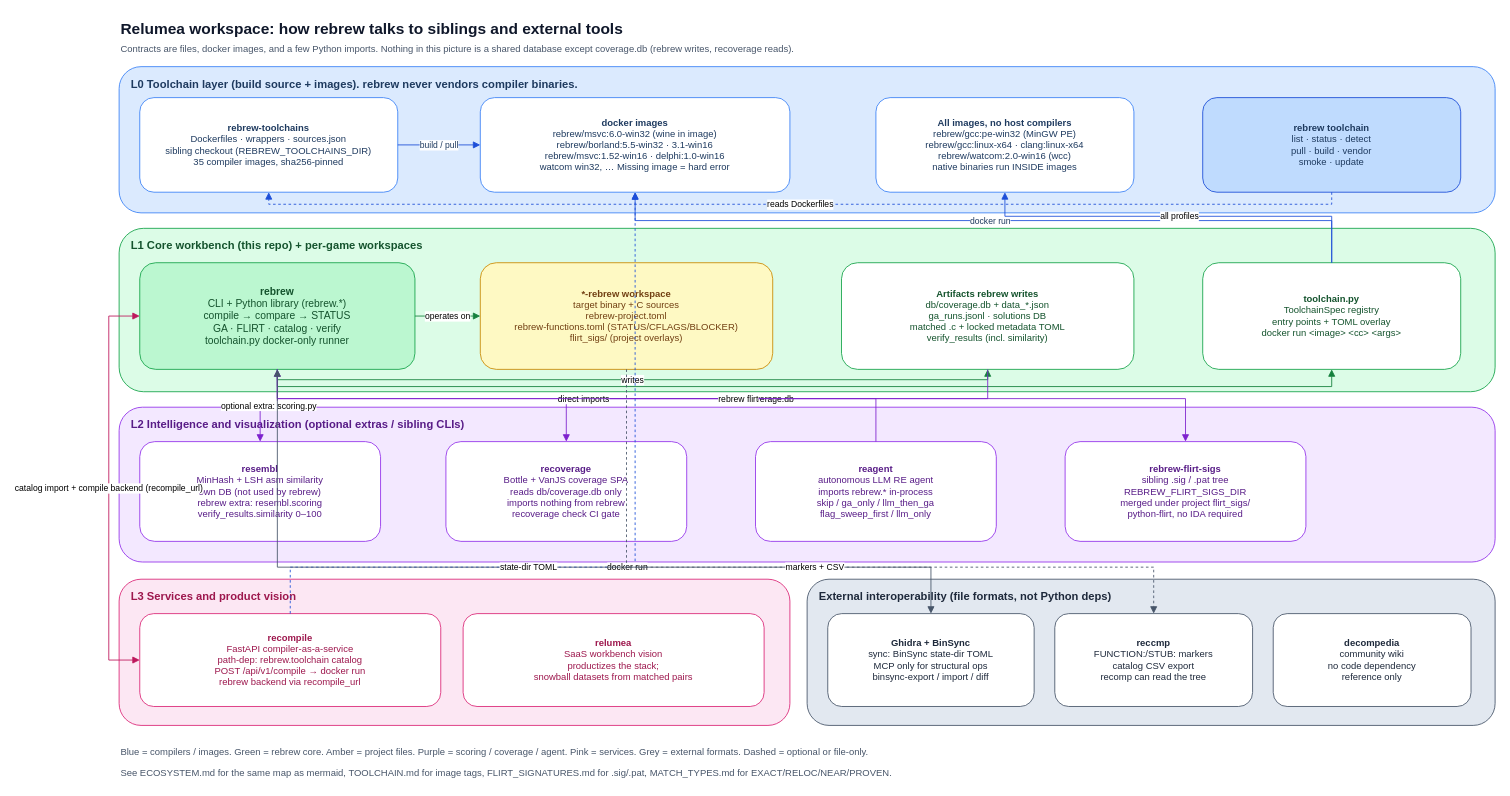
Before: page "1. Ecosystem" (1 of 9) of docs/architecture.drawio in maci0/rebrew, a draw.io diagram. Source tidied: cells renumbered, new cells numbered last; positions are measured from the earlier drawing's top-left corner, leaving out a move shared by most shapes. Both pictures are drawn from the tidied source at 86%, with x=0, y=0 at pixel (108, 15).
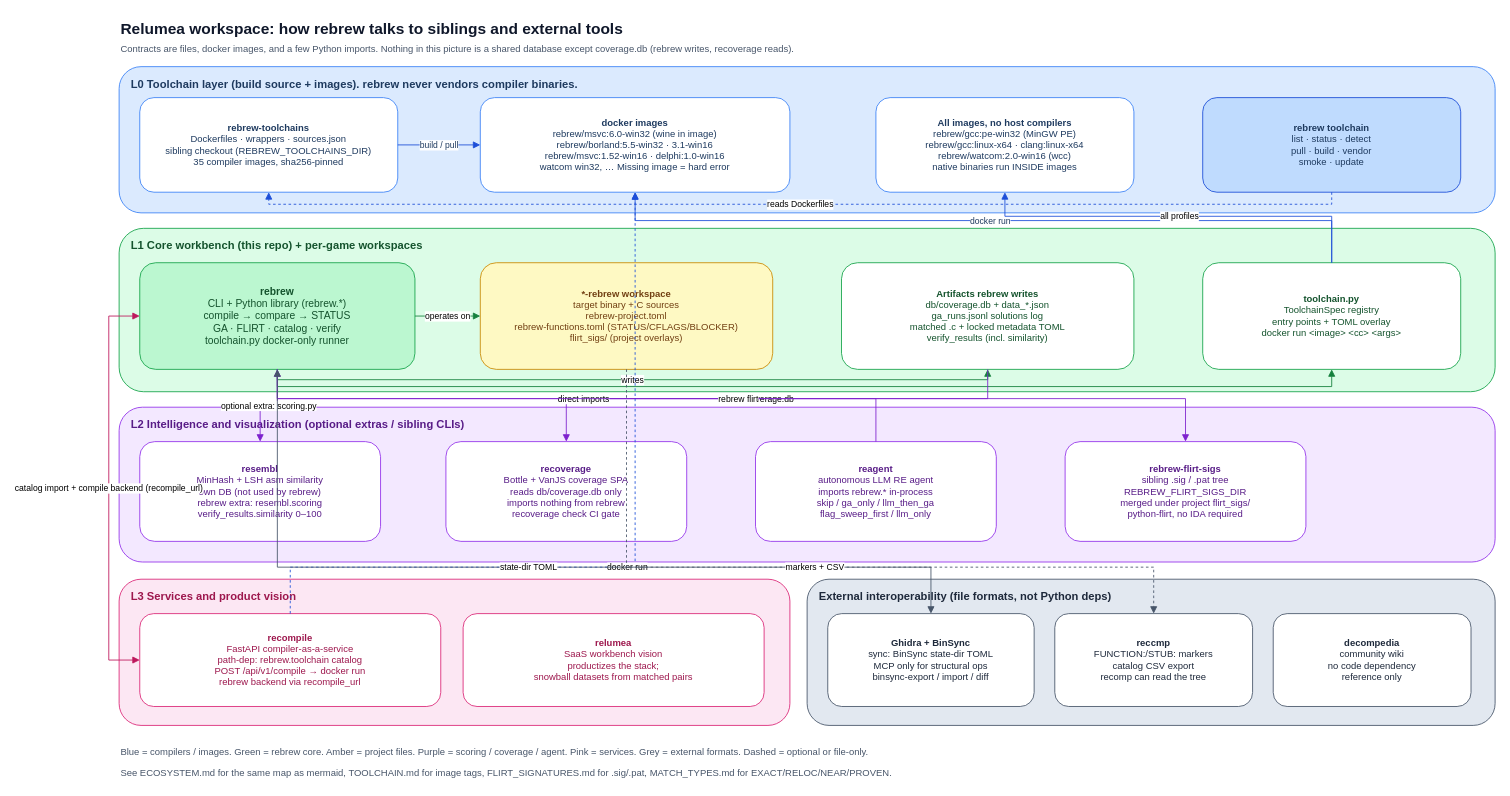
The same page after the edit.

What changed in the source:
```diff
@@
-    <mxCell id="14" value="&lt;b&gt;Artifacts rebrew writes&lt;/b&gt;&lt;br&gt;db/coverage.db + data_*.json&lt;br&gt;ga_runs.jsonl · solutions DB&lt;br&gt;matched .c + locked metadata TOML&lt;br&gt;verify_results (incl. similarity)" style="rounded=1;whiteSpace=wrap;html=1;fillColor=#ffffff;strokeColor=#16a34a;fontColor=#14532d;align=center;fontSize=11;" parent="1" vertex="1">
+    <mxCell id="14" value="&lt;b&gt;Artifacts rebrew writes&lt;/b&gt;&lt;br&gt;db/coverage.db + data_*.json&lt;br&gt;ga_runs.jsonl solutions log&lt;br&gt;matched .c + locked metadata TOML&lt;br&gt;verify_results (incl. similarity)" style="rounded=1;whiteSpace=wrap;html=1;fillColor=#ffffff;strokeColor=#16a34a;fontColor=#14532d;align=center;fontSize=11;" parent="1" vertex="1">
       <mxGeometry x="852" y="288" width="340" height="124" as="geometry" />
     </mxCell>
```
